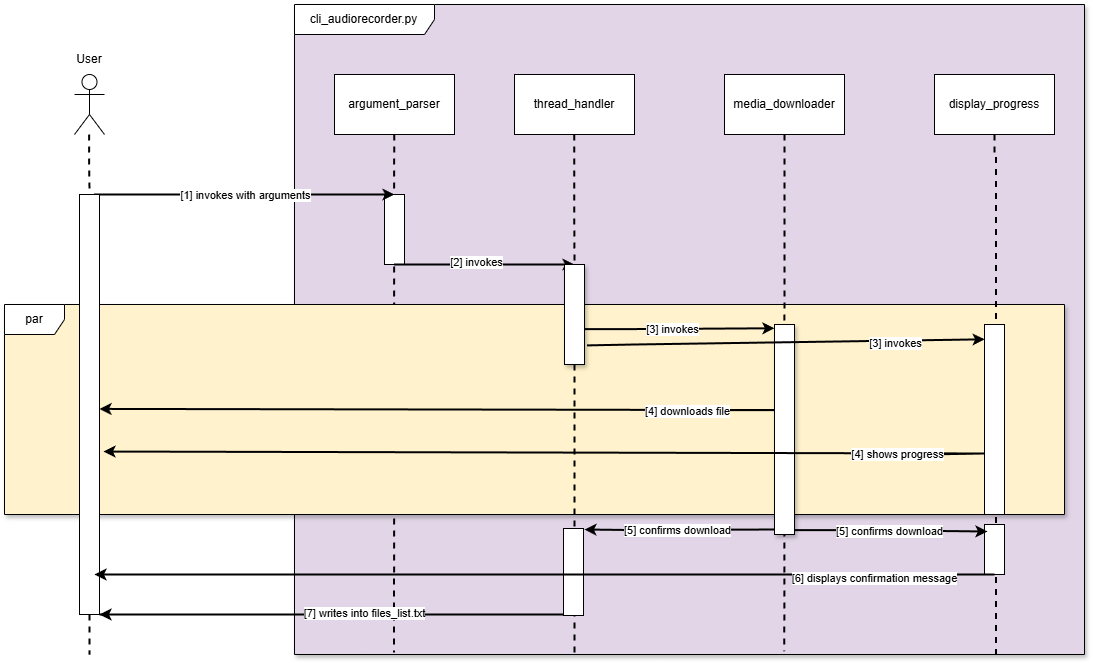
The draw.io diagram Sequenzdiagramm.drawio.png in maikgerdes/file-downloader, before a commit. Source tidied: cells renumbered, new cells last; positions are measured from the earlier drawing's top-left corner, leaving out a move shared by most shapes.
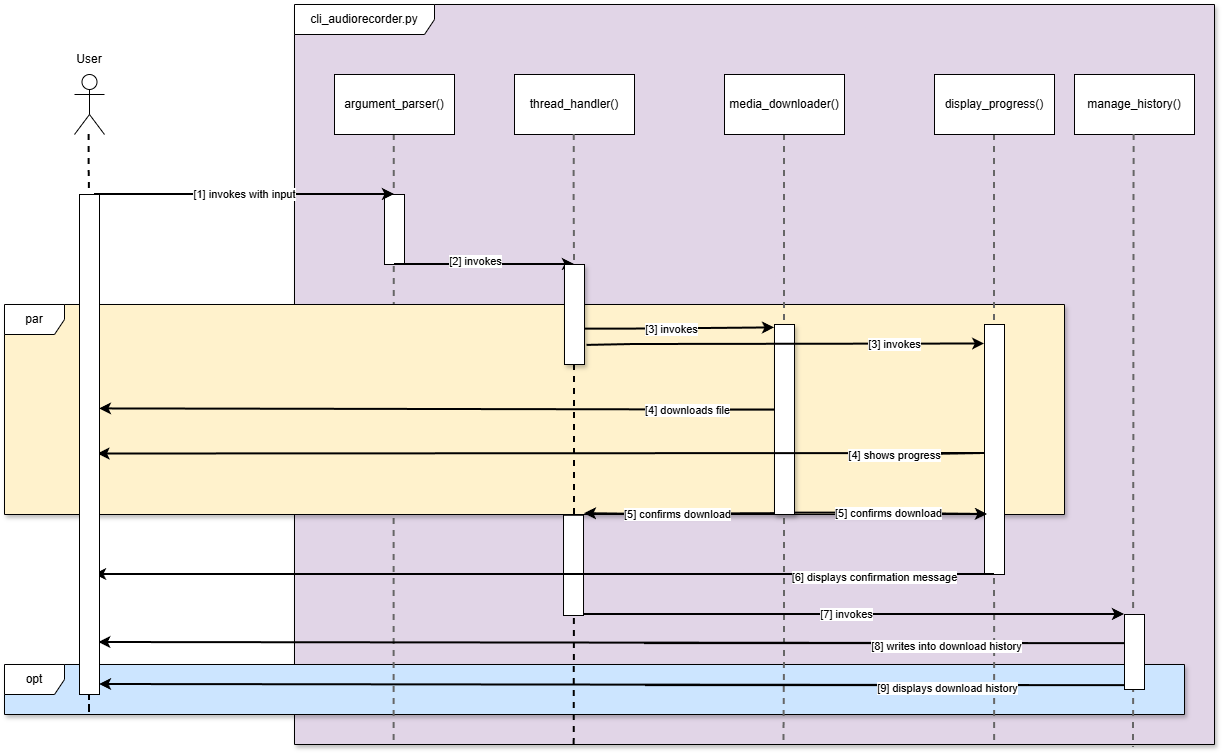
Later version of the same file.

Commit message:
Features hinzugefügt: - Download-Historie FIlepath kann angegeben werden - Download-Historie kann nach erfolgreichem Download ausgegeben werden

Change to the diagram source:
```diff
@@ -3,11 +3,18 @@
     <mxCell id="0" />
     <mxCell id="1" parent="0" />
     <mxCell id="2" value="cli_audiorecorder.py" style="shape=umlFrame;whiteSpace=wrap;html=1;width=140;height=30;swimlaneFillColor=#E1D5E7;shadow=1;" parent="1" vertex="1">
-      <mxGeometry x="290" width="790" height="650" as="geometry" />
+      <mxGeometry x="290" width="920" height="740" as="geometry" />
     </mxCell>
+    <mxCell id="49" value="opt" style="shape=umlFrame;whiteSpace=wrap;html=1;fillColor=light-dark(#ffffff, #281d00);strokeColor=light-dark(#000000, #281d00);fillStyle=auto;gradientColor=none;swimlaneFillColor=#CCE5FF;shadow=1;" parent="1" vertex="1">
+      <mxGeometry y="660" width="1180" height="50" as="geometry" />
+    </mxCell>
-    <mxCell id="3" style="edgeStyle=orthogonalEdgeStyle;rounded=0;jettySize=auto;html=1;strokeWidth=2;dashed=1;endArrow=none;endFill=0;entryX=0.126;entryY=0.997;entryDx=0;entryDy=0;entryPerimeter=0;" parent="1" edge="1" target="2">
+    <mxCell id="3" style="edgeStyle=orthogonalEdgeStyle;rounded=0;orthogonalLoop=1;jettySize=auto;html=1;strokeWidth=2;dashed=1;endArrow=none;endFill=0;swimlaneFillColor=#666666;strokeColor=#666666;" parent="1" edge="1">
       <mxGeometry relative="1" as="geometry">
         <mxPoint x="389.7" y="130" as="sourcePoint" />
+        <mxPoint x="390" y="740" as="targetPoint" />
+        <Array as="points">
+          <mxPoint x="390" y="738" />
+        </Array>
       </mxGeometry>
     </mxCell>
     <mxCell id="4" style="rounded=0;whiteSpace=wrap;html=1;" parent="1" vertex="1">
@@ -16,22 +23,26 @@
     <mxCell id="5" value="par" style="shape=umlFrame;whiteSpace=wrap;html=1;fillColor=light-dark(#ffffff, #281d00);strokeColor=light-dark(#000000, #281d00);fillStyle=auto;gradientColor=none;swimlaneFillColor=#FFF2CC;shadow=1;" parent="1" vertex="1">
       <mxGeometry y="300" width="1060" height="210" as="geometry" />
     </mxCell>
-    <mxCell id="6" value="argument_parser" style="rounded=0;whiteSpace=wrap;html=1;" parent="1" vertex="1">
+    <mxCell id="6" value="argument_parser()" style="rounded=0;whiteSpace=wrap;html=1;" parent="1" vertex="1">
       <mxGeometry x="330" y="70" width="120" height="60" as="geometry" />
     </mxCell>
-    <mxCell id="7" style="edgeStyle=orthogonalEdgeStyle;rounded=0;jettySize=auto;html=1;strokeWidth=2;dashed=1;endArrow=none;endFill=0;entryX=0.62;entryY=0.995;entryDx=0;entryDy=0;entryPerimeter=0;" parent="1" edge="1" source="8" target="2">
-      <mxGeometry relative="1" as="geometry" />
+    <mxCell id="7" style="edgeStyle=orthogonalEdgeStyle;rounded=0;jettySize=auto;html=1;strokeWidth=2;dashed=1;endArrow=none;endFill=0;entryX=0.532;entryY=1.002;entryDx=0;entryDy=0;entryPerimeter=0;exitX=0.5;exitY=1;exitDx=0;exitDy=0;strokeColor=#666666;" parent="1" edge="1" source="8" target="2">
+      <mxGeometry relative="1" as="geometry">
+        <Array as="points">
+          <mxPoint x="780" y="650" />
+        </Array>
+      </mxGeometry>
     </mxCell>
-    <mxCell id="8" value="media_downloader" style="rounded=0;whiteSpace=wrap;html=1;" parent="1" vertex="1">
+    <mxCell id="8" value="media_downloader()" style="rounded=0;whiteSpace=wrap;html=1;" parent="1" vertex="1">
       <mxGeometry x="720" y="70" width="120" height="60" as="geometry" />
     </mxCell>
-    <mxCell id="9" style="edgeStyle=orthogonalEdgeStyle;rounded=0;jettySize=auto;html=1;strokeWidth=2;dashed=1;endArrow=none;endFill=0;entryX=0.888;entryY=1.003;entryDx=0;entryDy=0;entryPerimeter=0;" parent="1" edge="1" source="10" target="2">
+    <mxCell id="9" style="edgeStyle=orthogonalEdgeStyle;rounded=0;jettySize=auto;html=1;strokeWidth=2;dashed=1;endArrow=none;endFill=0;entryX=0.761;entryY=0.998;entryDx=0;entryDy=0;entryPerimeter=0;exitX=0.5;exitY=1;exitDx=0;exitDy=0;strokeColor=#666666;" parent="1" edge="1" source="10" target="2">
       <mxGeometry relative="1" as="geometry" />
     </mxCell>
-    <mxCell id="10" value="display_progress" style="rounded=0;whiteSpace=wrap;html=1;" parent="1" vertex="1">
+    <mxCell id="10" value="display_progress()" style="rounded=0;whiteSpace=wrap;html=1;" parent="1" vertex="1">
       <mxGeometry x="930" y="70" width="120" height="60" as="geometry" />
     </mxCell>
-    <mxCell id="11" value="thread_handler" style="rounded=0;whiteSpace=wrap;html=1;" parent="1" vertex="1">
+    <mxCell id="11" value="thread_handler()" style="rounded=0;whiteSpace=wrap;html=1;" parent="1" vertex="1">
       <mxGeometry x="510" y="70" width="120" height="60" as="geometry" />
     </mxCell>
     <mxCell id="12" style="endArrow=classic;html=1;rounded=0;strokeWidth=2;" parent="1" edge="1">
@@ -82,15 +93,14 @@
         </Array>
       </mxGeometry>
     </mxCell>
-    <mxCell id="20" value="[1] invokes with arguments" style="edgeLabel;html=1;align=center;verticalAlign=middle;fillColor=#FFFFFF;" parent="19" vertex="1">
+    <mxCell id="20" value="[1] invokes with input" style="edgeLabel;html=1;align=center;verticalAlign=middle;fillColor=#FFFFFF;" parent="19" vertex="1">
       <mxGeometry x="-0.07" y="1" relative="1" as="geometry">
         <mxPoint x="10" y="1" as="offset" />
       </mxGeometry>
     </mxCell>
-    <mxCell id="21" style="edgeStyle=orthogonalEdgeStyle;rounded=0;orthogonalLoop=1;jettySize=auto;html=1;strokeWidth=2;dashed=1;endArrow=none;endFill=0;" parent="1" edge="1">
+    <mxCell id="21" style="edgeStyle=orthogonalEdgeStyle;rounded=0;jettySize=auto;html=1;strokeWidth=2;dashed=1;endArrow=none;endFill=0;entryX=0.304;entryY=1;entryDx=0;entryDy=0;entryPerimeter=0;" parent="1" edge="1" target="2">
       <mxGeometry relative="1" as="geometry">
         <mxPoint x="570" y="570" as="sourcePoint" />
-        <mxPoint x="570" y="650" as="targetPoint" />
       </mxGeometry>
     </mxCell>
     <mxCell id="22" style="shape=umlActor;verticalLabelPosition=bottom;verticalAlign=top;html=1;" parent="1" vertex="1">
@@ -98,7 +108,7 @@
     </mxCell>
     <mxCell id="23" style="edgeStyle=orthogonalEdgeStyle;rounded=0;jettySize=auto;html=1;strokeWidth=2;dashed=1;endArrow=none;endFill=0;" parent="1" edge="1" source="25">
       <mxGeometry relative="1" as="geometry">
-        <mxPoint x="85" y="650" as="targetPoint" />
+        <mxPoint x="85" y="700" as="targetPoint" />
       </mxGeometry>
     </mxCell>
     <mxCell id="24" style="edgeStyle=orthogonalEdgeStyle;rounded=0;jettySize=auto;html=1;strokeWidth=2;dashed=1;endArrow=none;endFill=0;" parent="1" edge="1" target="25">
@@ -106,10 +116,7 @@
         <mxPoint x="84.6" y="130" as="sourcePoint" />
       </mxGeometry>
     </mxCell>
-    <mxCell id="25" style="rounded=0;whiteSpace=wrap;html=1;" parent="1" vertex="1">
-      <mxGeometry x="75" y="190" width="20" height="420" as="geometry" />
-    </mxCell>
-    <mxCell id="26" style="edgeStyle=orthogonalEdgeStyle;rounded=0;jettySize=auto;html=1;strokeWidth=2;dashed=1;endArrow=none;endFill=0;" parent="1" edge="1" target="27">
+    <mxCell id="26" style="edgeStyle=orthogonalEdgeStyle;rounded=0;jettySize=auto;html=1;strokeWidth=2;dashed=1;endArrow=none;endFill=0;strokeColor=#666666;" parent="1" edge="1" target="27">
       <mxGeometry relative="1" as="geometry">
         <mxPoint x="569.7" y="130" as="sourcePoint" />
       </mxGeometry>
@@ -118,9 +125,9 @@
       <mxGeometry x="560" y="260" width="20" height="100" as="geometry" />
     </mxCell>
     <mxCell id="28" style="rounded=0;whiteSpace=wrap;html=1;shadow=1;" parent="1" vertex="1">
-      <mxGeometry x="770" y="320" width="20" height="210" as="geometry" />
+      <mxGeometry x="770" y="320" width="20" height="190" as="geometry" />
     </mxCell>
-    <mxCell id="29" style="endArrow=classic;html=1;rounded=0;entryX=1.2;entryY=0.612;entryDx=0;entryDy=0;entryPerimeter=0;strokeWidth=2;" parent="1" edge="1" target="25">
+    <mxCell id="29" style="endArrow=classic;html=1;rounded=0;entryX=0.925;entryY=0.519;entryDx=0;entryDy=0;entryPerimeter=0;strokeWidth=2;" parent="1" edge="1" target="25">
       <mxGeometry relative="1" as="geometry">
         <mxPoint x="920" y="450" as="sourcePoint" />
         <Array as="points">
@@ -137,7 +144,7 @@
       <mxGeometry x="55" y="40" width="60" height="30" as="geometry" />
     </mxCell>
     <mxCell id="32" style="rounded=0;whiteSpace=wrap;html=1;" parent="1" vertex="1">
-      <mxGeometry x="980" y="320" width="20" height="190" as="geometry" />
+      <mxGeometry x="980" y="320" width="20" height="250" as="geometry" />
     </mxCell>
     <mxCell id="33" style="endArrow=classic;html=1;rounded=0;entryX=0.008;entryY=0.078;entryDx=0;entryDy=0;entryPerimeter=0;strokeWidth=2;exitX=1.127;exitY=0.809;exitDx=0;exitDy=0;exitPerimeter=0;" parent="1" edge="1" source="27" target="32">
       <mxGeometry relative="1" as="geometry">
@@ -159,28 +166,12 @@
         <mxPoint x="570" y="570" as="targetPoint" />
       </mxGeometry>
     </mxCell>
-    <mxCell id="37" style="endArrow=classic;html=1;rounded=0;strokeWidth=2;" parent="1" edge="1">
-      <mxGeometry relative="1" as="geometry">
-        <mxPoint x="95" y="610" as="sourcePoint" />
-        <mxPoint x="95" y="610" as="targetPoint" />
-        <Array as="points">
-          <mxPoint x="575" y="610" />
-        </Array>
-      </mxGeometry>
-    </mxCell>
-    <mxCell id="38" value="[7] writes into files_list.txt" style="edgeLabel;html=1;align=center;verticalAlign=middle;" parent="37" vertex="1">
-      <mxGeometry x="-0.07" y="1" relative="1" as="geometry">
-        <mxPoint x="-183" y="-1" as="offset" />
-      </mxGeometry>
-    </mxCell>
-    <mxCell id="39" style="rounded=0;whiteSpace=wrap;html=1;rotation=90;" parent="1" vertex="1">
-      <mxGeometry x="965" y="535" width="50" height="20" as="geometry" />
-    </mxCell>
-    <mxCell id="40" style="endArrow=classic;html=1;rounded=0;entryX=0.14;entryY=0.85;entryDx=0;entryDy=0;entryPerimeter=0;strokeWidth=2;" parent="1" edge="1" target="39">
+    <mxCell id="40" style="endArrow=classic;html=1;rounded=0;entryX=0.14;entryY=0.85;entryDx=0;entryDy=0;entryPerimeter=0;strokeWidth=2;" parent="1" edge="1">
       <mxGeometry relative="1" as="geometry">
-        <mxPoint x="790" y="525.6" as="sourcePoint" />
+        <mxPoint x="790" y="508.6" as="sourcePoint" />
+        <mxPoint x="983" y="510" as="targetPoint" />
         <Array as="points">
-          <mxPoint x="850" y="525.6" />
+          <mxPoint x="850" y="508.6" />
         </Array>
       </mxGeometry>
     </mxCell>
@@ -194,10 +185,10 @@
     </mxCell>
     <mxCell id="43" style="endArrow=none;html=1;rounded=0;entryX=0;entryY=0.018;entryDx=0;entryDy=0;entryPerimeter=0;strokeWidth=2;endFill=0;startArrow=classic;startFill=1;" parent="1" edge="1">
       <mxGeometry relative="1" as="geometry">
-        <mxPoint x="580" y="525" as="sourcePoint" />
-        <mxPoint x="770" y="525" as="targetPoint" />
+        <mxPoint x="580" y="509.2" as="sourcePoint" />
+        <mxPoint x="770" y="509.2" as="targetPoint" />
         <Array as="points">
-          <mxPoint x="630" y="525.6" />
+          <mxPoint x="630" y="509.7" />
         </Array>
       </mxGeometry>
     </mxCell>
@@ -210,7 +201,7 @@
       </mxGeometry>
     </mxCell>
     <mxCell id="46" style="rounded=0;whiteSpace=wrap;html=1;rotation=90;" parent="1" vertex="1">
-      <mxGeometry x="525.5" y="557.5" width="87" height="20" as="geometry" />
+      <mxGeometry x="518.9" y="550.9" width="100.2" height="20" as="geometry" />
     </mxCell>
     <mxCell id="47" style="endArrow=classic;html=1;rounded=0;strokeWidth=2;" parent="1" edge="1">
       <mxGeometry relative="1" as="geometry">
@@ -226,5 +217,62 @@
         <mxPoint x="44" y="2" as="offset" />
       </mxGeometry>
     </mxCell>
+    <mxCell id="50" value="manage_history()" style="rounded=0;whiteSpace=wrap;html=1;" parent="1" vertex="1">
+      <mxGeometry x="1070" y="70" width="120" height="60" as="geometry" />
+    </mxCell>
+    <mxCell id="51" style="endArrow=classic;html=1;rounded=0;strokeWidth=2;entryX=0;entryY=1;entryDx=0;entryDy=0;" parent="1" edge="1" target="57">
+      <mxGeometry relative="1" as="geometry">
+        <mxPoint x="580" y="610" as="sourcePoint" />
+        <Array as="points">
+          <mxPoint x="640" y="610" />
+        </Array>
+      </mxGeometry>
+    </mxCell>
+    <mxCell id="52" value="&lt;span style=&quot;color: rgba(0, 0, 0, 0); font-family: monospace; font-size: 0px; text-align: start; background-color: rgb(236, 236, 236);&quot;&gt;%3CmxGraphModel%3E%3Croot%3E%3CmxCell%20id%3D%220%22%2F%3E%3CmxCell%20id%3D%221%22%20parent%3D%220%22%2F%3E%3CmxCell%20id%3D%222%22%20parent%3D%221%22%20style%3D%22text%3Bhtml%3D1%3BwhiteSpace%3Dwrap%3BstrokeColor%3Dlight-dark(transparent%2C%2333FF99)%3BfillColor%3Dnone%3Balign%3Dcenter%3BverticalAlign%3Dmiddle%3Brounded%3D0%3B%22%20value%3D%22%26lt%3Bfont%20style%3D%26quot%3Bcolor%3A%20light-dark(rgb(0%2C%200%2C%200)%2C%20rgb(79%2C%20255%2C%20249))%3B%26quot%3B%26gt%3Binvokes%26lt%3B%2Ffont%26gt%3B%22%20vertex%3D%221%22%3E%3CmxGeometry%20height%3D%2230%22%20width%3D%2260%22%20x%3D%22320%22%20y%3D%22295%22%20as%3D%22geometry%22%2F%3E%3C%2FmxCell%3E%3C%2Froot%3E%3C%2FmxGraphModel%3E&lt;/span&gt;&lt;span style=&quot;color: rgba(0, 0, 0, 0); font-family: monospace; font-size: 0px; text-align: start; background-color: rgb(236, 236, 236);&quot;&gt;%3CmxGraphModel%3E%3Croot%3E%3CmxCell%20id%3D%220%22%2F%3E%3CmxCell%20id%3D%221%22%20parent%3D%220%22%2F%3E%3CmxCell%20id%3D%222%22%20parent%3D%221%22%20style%3D%22text%3Bhtml%3D1%3BwhiteSpace%3Dwrap%3BstrokeColor%3Dlight-dark(transparent%2C%2333FF99)%3BfillColor%3Dnone%3Balign%3Dcenter%3BverticalAlign%3Dmiddle%3Brounded%3D0%3B%22%20value%3D%22%26lt%3Bfont%20style%3D%26quot%3Bcolor%3A%20light-dark(rgb(0%2C%200%2C%200)%2C%20rgb(79%2C%20255%2C%20249))%3B%26quot%3B%26gt%3Binvokes%26lt%3B%2Ffont%26gt%3B%22%20vertex%3D%221%22%3E%3CmxGeometry%20height%3D%2230%22%20width%3D%2260%22%20x%3D%22320%22%20y%3D%22295%22%20as%3D%22geometry%22%2F%3E%3C%2FmxCell%3E%3C%2Froot%3E%3C%2FmxGraphModel%3Ein&lt;/span&gt;" style="edgeLabel;html=1;align=center;verticalAlign=middle;" parent="51" vertex="1">
+      <mxGeometry x="-0.01" y="-1" relative="1" as="geometry" />
+    </mxCell>
+    <mxCell id="53" value="[7] invokes" style="edgeLabel;html=1;align=center;verticalAlign=middle;" parent="51" vertex="1">
+      <mxGeometry x="-0.03" y="1" relative="1" as="geometry">
+        <mxPoint y="1" as="offset" />
+      </mxGeometry>
+    </mxCell>
+    <mxCell id="54" style="edgeStyle=orthogonalEdgeStyle;rounded=0;jettySize=auto;html=1;strokeWidth=2;dashed=1;endArrow=none;endFill=0;entryX=0.912;entryY=1.004;entryDx=0;entryDy=0;entryPerimeter=0;exitX=0.5;exitY=1;exitDx=0;exitDy=0;strokeColor=#666666;" parent="1" edge="1" target="2">
+      <mxGeometry relative="1" as="geometry">
+        <mxPoint x="1129.6" y="130" as="sourcePoint" />
+      </mxGeometry>
+    </mxCell>
+    <mxCell id="55" style="endArrow=classic;html=1;rounded=0;strokeWidth=2;entryX=0.967;entryY=0.896;entryDx=0;entryDy=0;entryPerimeter=0;" parent="1" edge="1" target="25">
+      <mxGeometry relative="1" as="geometry">
+        <mxPoint x="640" y="639.2" as="sourcePoint" />
+        <Array as="points">
+          <mxPoint x="1120" y="639.2" />
+        </Array>
+      </mxGeometry>
+    </mxCell>
+    <mxCell id="56" value="[8] writes into download history" style="edgeLabel;html=1;align=center;verticalAlign=middle;" parent="55" vertex="1">
+      <mxGeometry x="-0.07" y="1" relative="1" as="geometry">
+        <mxPoint x="44" y="2" as="offset" />
+      </mxGeometry>
+    </mxCell>
+    <mxCell id="25" style="rounded=0;whiteSpace=wrap;html=1;" parent="1" vertex="1">
+      <mxGeometry x="75" y="190" width="20" height="500" as="geometry" />
+    </mxCell>
+    <mxCell id="57" style="rounded=0;whiteSpace=wrap;html=1;rotation=90;" parent="1" vertex="1">
+      <mxGeometry x="1092.5" y="637.5" width="75" height="20" as="geometry" />
+    </mxCell>
+    <mxCell id="58" style="endArrow=classic;html=1;rounded=0;strokeWidth=2;entryX=0.967;entryY=0.896;entryDx=0;entryDy=0;entryPerimeter=0;" parent="1" edge="1">
+      <mxGeometry relative="1" as="geometry">
+        <mxPoint x="641" y="681.2" as="sourcePoint" />
+        <mxPoint x="95" y="680" as="targetPoint" />
+        <Array as="points">
+          <mxPoint x="1121" y="681.2" />
+        </Array>
+      </mxGeometry>
+    </mxCell>
+    <mxCell id="59" value="[9] displays download history" style="edgeLabel;html=1;align=center;verticalAlign=middle;" parent="58" vertex="1">
+      <mxGeometry x="-0.07" y="1" relative="1" as="geometry">
+        <mxPoint x="44" y="2" as="offset" />
+      </mxGeometry>
+    </mxCell>
   </root>
 </mxGraphModel>
```
